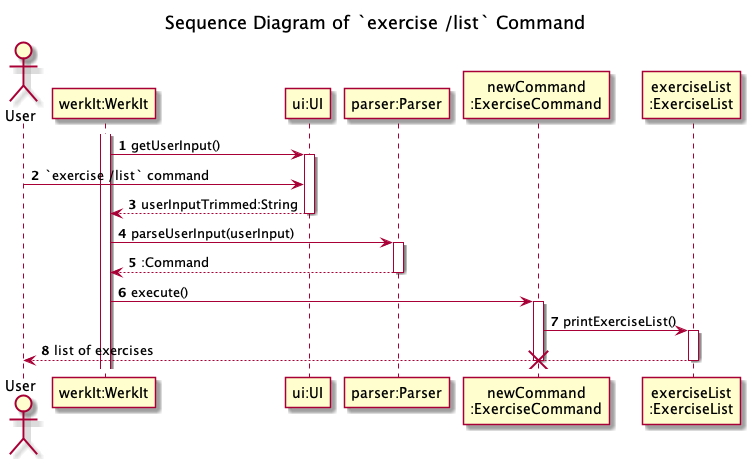
Earlier version of the PlantUML export docs/uml/sequenceDiagrams/exercises/images/viewExercise.png (nus-cs2113-AY2122S2/tp). Its diagram source:
```plantuml
@startuml
!include ../Style.puml

autonumber

title Sequence Diagram of `exercise /list` Command

actor   User
participant "werkIt:WerkIt" AS WerkIt
participant "ui:UI" AS UI1
participant "parser:Parser" AS Parser
participant "newCommand\n:ExerciseCommand" AS newCommand
participant "exerciseList\n:ExerciseList" AS ExerciseList

activate WerkIt
WerkIt -> UI1 : getUserInput()
activate UI1
User -> UI1 : `exercise /list` command
WerkIt <-- UI1 : userInputTrimmed:String
deactivate UI1

WerkIt -> Parser : parseUserInput(userInput)
activate Parser
WerkIt <-- Parser : :Command
deactivate Parser

WerkIt -> newCommand : execute()
activate newCommand
newCommand -> ExerciseList : printExerciseList()
activate ExerciseList

User <-- ExerciseList : list of exercises
deactivate ExerciseList


deactivate newCommand

destroy newCommand
@enduml
```
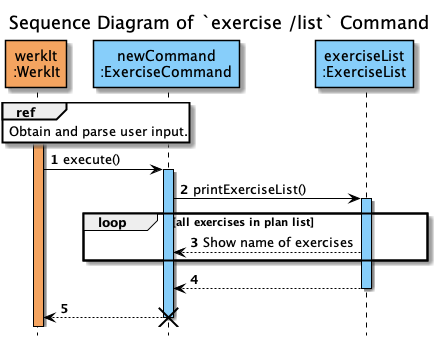
After the commit.

What changed in the source:
```diff
@@ -1,36 +1,37 @@
 @startuml
-!include ../Style.puml
-
+!include ../../Style.puml
+hide footbox
 autonumber
 
 title Sequence Diagram of `exercise /list` Command
 
-actor   User
-participant "werkIt:WerkIt" AS WerkIt
-participant "ui:UI" AS UI1
-participant "parser:Parser" AS Parser
-participant "newCommand\n:ExerciseCommand" AS newCommand
-participant "exerciseList\n:ExerciseList" AS ExerciseList
 
-activate WerkIt
-WerkIt -> UI1 : getUserInput()
-activate UI1
-User -> UI1 : `exercise /list` command
-WerkIt <-- UI1 : userInputTrimmed:String
-deactivate UI1
+participant "werkIt\n:WerkIt" AS WerkIt #Sandybrown
 
-WerkIt -> Parser : parseUserInput(userInput)
-activate Parser
-WerkIt <-- Parser : :Command
-deactivate Parser
+
+participant "newCommand\n:ExerciseCommand" AS newCommand #LightSkyBlue
+participant "exerciseList\n:ExerciseList" AS ExerciseList #LightSkyBlue
+
+activate WerkIt #Sandybrown
+
+
+
+ref over WerkIt
+Obtain and parse user input.
+end
+
 
 WerkIt -> newCommand : execute()
-activate newCommand
+activate newCommand #LightSkyBlue
 newCommand -> ExerciseList : printExerciseList()
-activate ExerciseList
+activate ExerciseList #LightSkyBlue
 
-User <-- ExerciseList : list of exercises
+loop all exercises in plan list
+newCommand <-- ExerciseList : Show name of exercises
+end
+newCommand <-- ExerciseList
 deactivate ExerciseList
+WerkIt <-- newCommand
 
 
 deactivate newCommand
```
